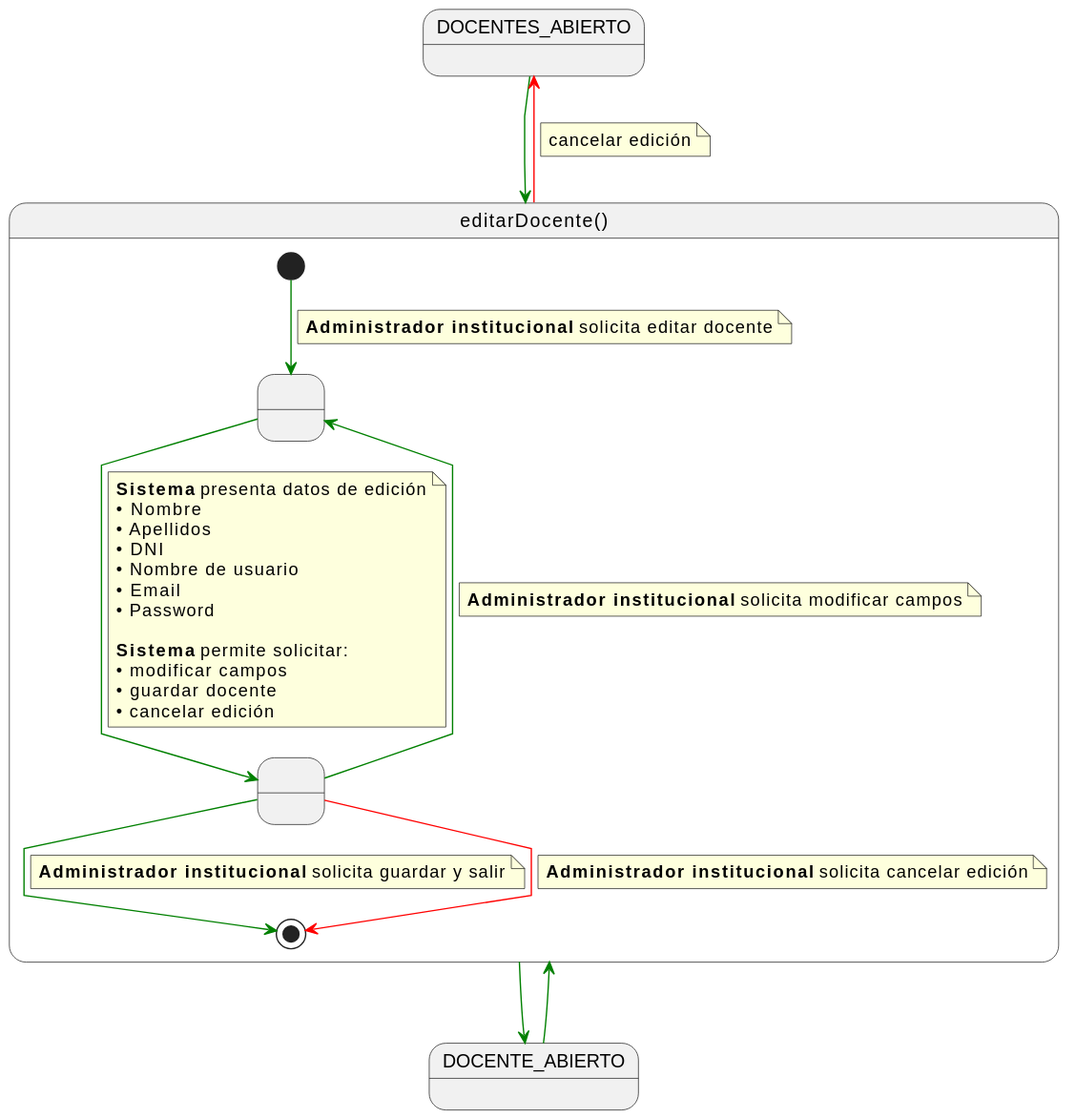
Before: documents/casos-de-uso/detalladoCasosDeUso/editarDocente/editarDocente.svg, a diagram exported from PlantUML (martinlopez7/25-26-IdSw1-SdR).
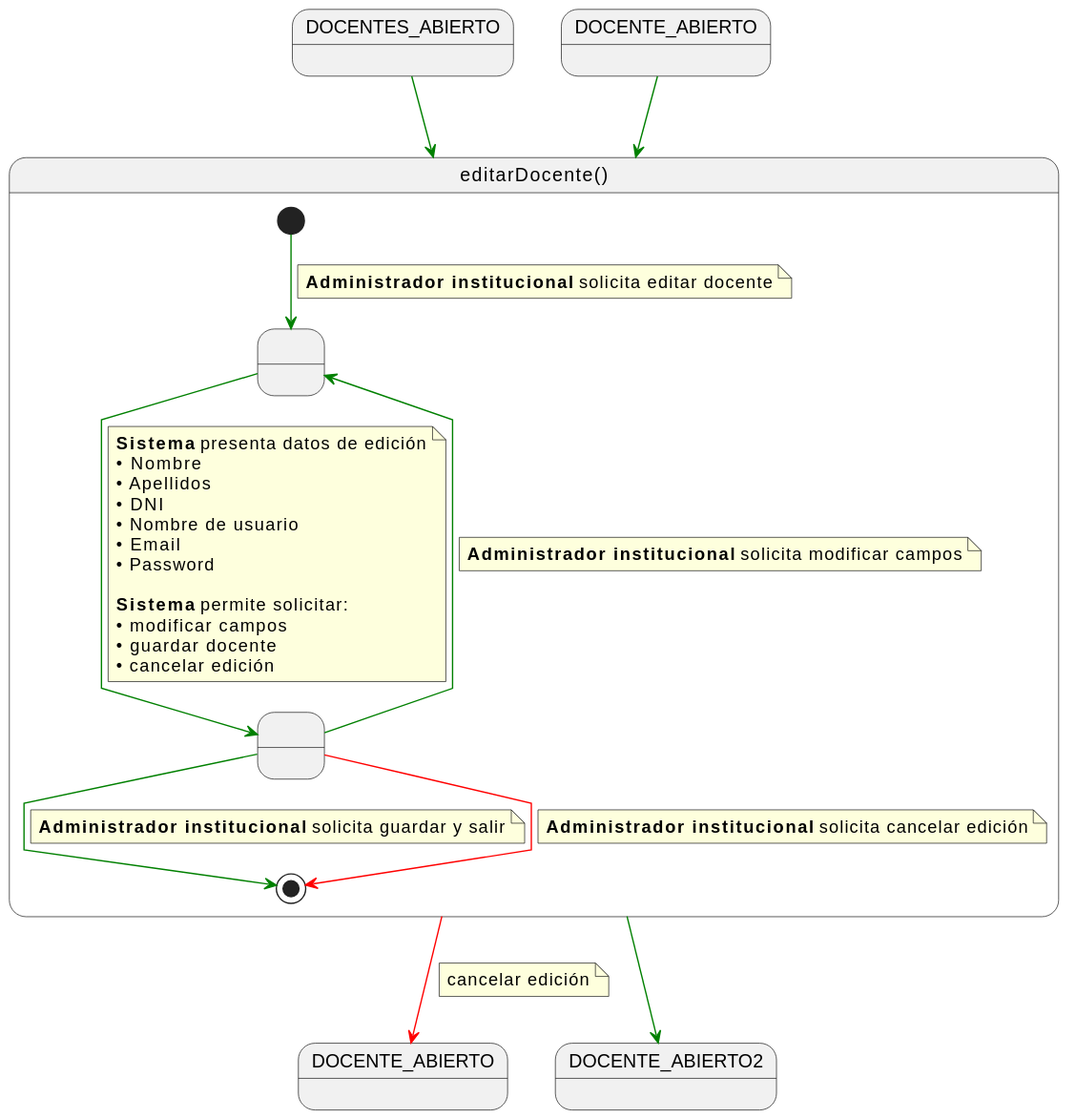
The same diagram one commit later.

The edit, as a diff of the source:
```diff
@@ -1,7 +1,10 @@
 @startuml
 skinparam linetype polyline
 
-state DOCENTES_ABIERTO
+state DOCENTES_ABIERTO as "DOCENTES_ABIERTO"
+state DOCENTES_ABIERTO2 as "DOCENTES_ABIERTO"
+state DOCENTE_ABIERTO as "DOCENTE_ABIERTO"
+state DOCENTES_ABIERTO2 as "DOCENTE_ABIERTO"
 
 DOCENTES_ABIERTO -[#green]-> editarDocente
 
@@ -49,9 +52,9 @@
     end note
 }
 
-editarDocente -[#green]-> DOCENTE_ABIERTO
+editarDocente -[#green]-> DOCENTE_ABIERTO2
 
-editarDocente -[#red]-> DOCENTES_ABIERTO
+editarDocente -[#red]-> DOCENTES_ABIERTO2
 note on link
 cancelar edición
 end note
```
